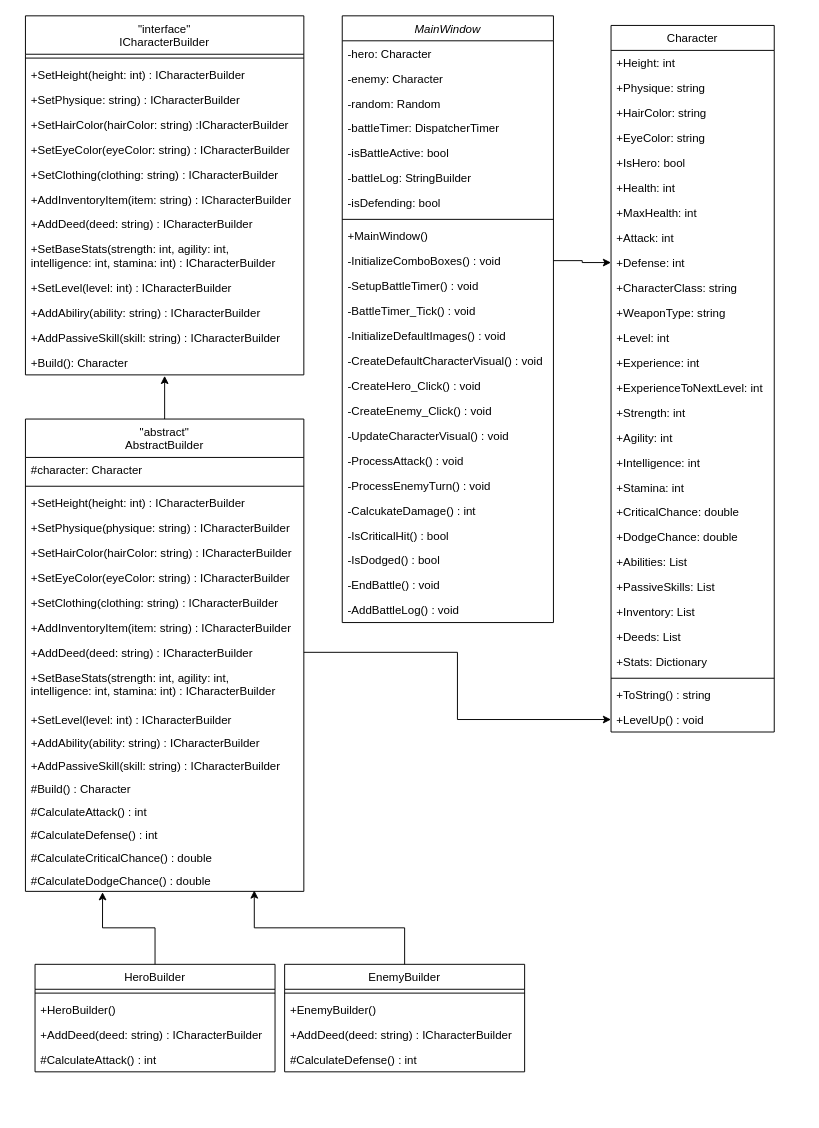
The draw.io diagram lab-2/task-5/Діаграма для 5 завдання.drawio in Viktor-pixel-scet/Software-design-and-development, before the edit. Source tidied: cells renumbered, new cells numbered last; positions are measured from the earlier drawing's top-left corner, leaving out a move shared by most shapes. Both pictures are drawn from the tidied source at 96%, with x=0, y=0 at pixel (25, 15).
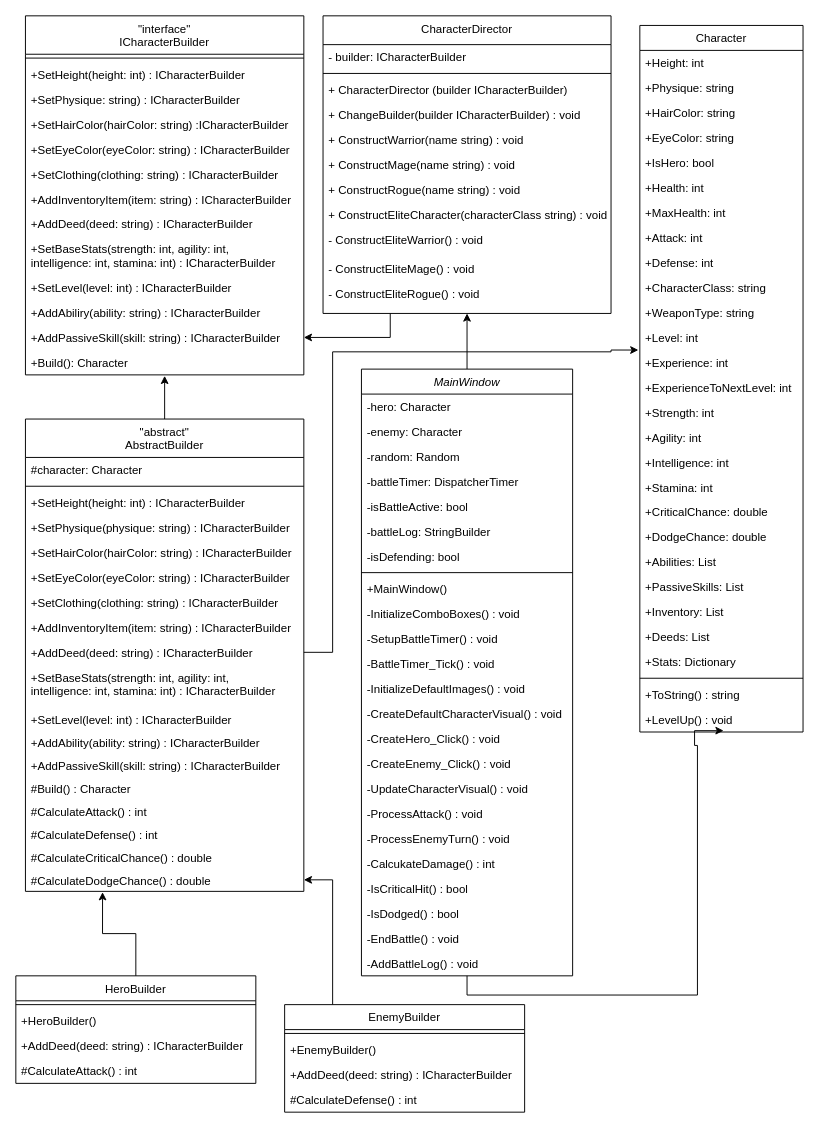
Above is the later version.

Commit message (it also covers changes not shown here):
I divided all the interfaces into items that are now on the shelves! And added a Director class to the Builder

The change refers to these unchanged cells:
```xml
<mxCell id="12" value="-InitializeComboBoxes() : void" style="text;align=left;verticalAlign=top;spacingLeft=4;spacingRight=4;overflow=hidden;points=[[0,0.5],[1,0.5]];portConstraint=eastwest;" parent="2" vertex="1">
  <mxGeometry y="242" width="220" height="26" as="geometry" />
</mxCell>
<mxCell id="44" value="+AddPassiveSkill(skill: string) : ICharacterBuilder" style="text;align=left;verticalAlign=top;spacingLeft=4;spacingRight=4;overflow=hidden;points=[[0,0.5],[1,0.5]];portConstraint=eastwest;" parent="32" vertex="1">
  <mxGeometry y="322" width="290" height="26" as="geometry" />
</mxCell>
<mxCell id="55" value="+Defense: int" style="text;align=left;verticalAlign=top;spacingLeft=4;spacingRight=4;overflow=hidden;points=[[0,0.5],[1,0.5]];portConstraint=eastwest;" parent="46" vertex="1">
  <mxGeometry y="234" width="170" height="26" as="geometry" />
</mxCell>
<mxCell id="59" value="+Experience: int" style="text;align=left;verticalAlign=top;spacingLeft=4;spacingRight=4;overflow=hidden;points=[[0,0.5],[1,0.5]];portConstraint=eastwest;rounded=0;shadow=0;html=0;" parent="46" vertex="1">
  <mxGeometry y="338" width="170" height="26" as="geometry" />
</mxCell>
<mxCell id="74" value="+LevelUp() : void" style="text;align=left;verticalAlign=top;spacingLeft=4;spacingRight=4;overflow=hidden;points=[[0,0.5],[1,0.5]];portConstraint=eastwest;" parent="46" vertex="1">
  <mxGeometry y="710" width="170" height="26" as="geometry" />
</mxCell>
<mxCell id="84" value="+AddDeed(deed: string) : ICharacterBuilder" style="text;align=left;verticalAlign=top;spacingLeft=4;spacingRight=4;overflow=hidden;points=[[0,0.5],[1,0.5]];portConstraint=eastwest;" parent="75" vertex="1">
  <mxGeometry y="230" width="290" height="26" as="geometry" />
</mxCell>
<mxCell id="93" value="#CalculateDodgeChance() : double" style="text;align=left;verticalAlign=top;spacingLeft=4;spacingRight=4;overflow=hidden;points=[[0,0.5],[1,0.5]];portConstraint=eastwest;" parent="75" vertex="1">
  <mxGeometry y="468" width="290" height="24" as="geometry" />
</mxCell>
```

What changed in the source:
```diff
@@
+    <mxCell id="104" style="edgeStyle=orthogonalEdgeStyle;rounded=0;jettySize=auto;html=1;entryX=0.513;entryY=0.946;entryDx=0;entryDy=0;entryPerimeter=0;" parent="1" edge="1" source="2" target="74">
+      <mxGeometry relative="1" as="geometry">
+        <Array as="points">
+          <mxPoint x="460" y="1020" />
+          <mxPoint x="700" y="1020" />
+          <mxPoint x="700" y="760" />
+          <mxPoint x="697" y="760" />
+        </Array>
+      </mxGeometry>
+    </mxCell>
+    <mxCell id="105" style="edgeStyle=orthogonalEdgeStyle;rounded=0;jettySize=auto;html=1;entryX=0.5;entryY=1;entryDx=0;entryDy=0;" parent="1" edge="1" source="2" target="107">
+      <mxGeometry relative="1" as="geometry" />
+    </mxCell>
     <mxCell id="2" value="MainWindow" style="swimlane;fontStyle=2;align=center;verticalAlign=top;horizontal=1;startSize=26;rounded=0;shadow=0;strokeWidth=1;" parent="1" vertex="1">
-      <mxGeometry x="330" width="220" height="632" as="geometry" />
+      <mxGeometry x="350" y="368" width="220" height="632" as="geometry" />
     </mxCell>
@@
     <mxCell id="27" value="HeroBuilder" style="swimlane;fontStyle=0;align=center;verticalAlign=top;horizontal=1;startSize=26;rounded=0;shadow=0;strokeWidth=1;" parent="1" vertex="1">
-      <mxGeometry x="10" y="988" width="250" height="112" as="geometry" />
+      <mxGeometry x="-10" y="1000" width="250" height="112" as="geometry" />
     </mxCell>
@@
     <mxCell id="46" value="Character" style="swimlane;fontStyle=0;align=center;verticalAlign=top;horizontal=1;startSize=26;rounded=0;shadow=0;strokeWidth=1;" parent="1" vertex="1">
-      <mxGeometry x="610" y="10" width="170" height="736" as="geometry" />
+      <mxGeometry x="640" y="10" width="170" height="736" as="geometry" />
     </mxCell>
@@
+    <mxCell id="100" style="edgeStyle=orthogonalEdgeStyle;rounded=0;jettySize=auto;html=1;entryX=1;entryY=0.5;entryDx=0;entryDy=0;" parent="1" edge="1" source="95" target="93">
+      <mxGeometry relative="1" as="geometry">
+        <Array as="points">
+          <mxPoint x="320" y="900" />
+        </Array>
+      </mxGeometry>
+    </mxCell>
     <mxCell id="95" value="EnemyBuilder" style="swimlane;fontStyle=0;align=center;verticalAlign=top;horizontal=1;startSize=26;rounded=0;shadow=0;strokeWidth=1;" parent="1" vertex="1">
-      <mxGeometry x="270" y="988" width="250" height="112" as="geometry" />
+      <mxGeometry x="270" y="1030" width="250" height="112" as="geometry" />
     </mxCell>
@@
-    <mxCell id="100" style="edgeStyle=orthogonalEdgeStyle;rounded=0;jettySize=auto;html=1;entryX=0.822;entryY=0.96;entryDx=0;entryDy=0;entryPerimeter=0;" parent="1" edge="1" source="95" target="93">
-      <mxGeometry relative="1" as="geometry" />
-    </mxCell>
@@
-    <mxCell id="102" style="edgeStyle=orthogonalEdgeStyle;rounded=0;jettySize=auto;html=1;entryX=0;entryY=0.5;entryDx=0;entryDy=0;" parent="1" edge="1" source="84" target="74">
-      <mxGeometry relative="1" as="geometry" />
+    <mxCell id="102" style="edgeStyle=orthogonalEdgeStyle;rounded=0;jettySize=auto;html=1;entryX=-0.009;entryY=0.005;entryDx=0;entryDy=0;entryPerimeter=0;" parent="1" edge="1" source="84" target="59">
+      <mxGeometry relative="1" as="geometry">
+        <Array as="points">
+          <mxPoint x="320" y="663" />
+          <mxPoint x="320" y="350" />
+          <mxPoint x="610" y="350" />
+          <mxPoint x="610" y="348" />
+        </Array>
+      </mxGeometry>
     </mxCell>
-    <mxCell id="103" style="edgeStyle=orthogonalEdgeStyle;rounded=0;jettySize=auto;html=1;entryX=0;entryY=0.5;entryDx=0;entryDy=0;" parent="1" edge="1" source="12" target="55">
-      <mxGeometry relative="1" as="geometry" />
-    </mxCell>
+    <mxCell id="106" style="edgeStyle=orthogonalEdgeStyle;rounded=0;jettySize=auto;html=1;entryX=1;entryY=0.5;entryDx=0;entryDy=0;" parent="1" edge="1" source="107" target="44">
+      <mxGeometry relative="1" as="geometry">
+        <Array as="points">
+          <mxPoint x="380" y="335" />
+        </Array>
+      </mxGeometry>
+    </mxCell>
+    <mxCell id="107" value="CharacterDirector" style="swimlane;fontStyle=0;align=center;verticalAlign=top;horizontal=1;startSize=30;rounded=0;shadow=0;strokeWidth=1;" parent="1" vertex="1">
+      <mxGeometry x="310" width="300" height="310" as="geometry" />
+    </mxCell>
+    <mxCell id="108" value="- builder: ICharacterBuilder" style="text;align=left;verticalAlign=top;spacingLeft=4;spacingRight=4;overflow=hidden;" parent="107" vertex="1">
+      <mxGeometry y="30" width="300" height="26" as="geometry" />
+    </mxCell>
+    <mxCell id="109" style="line;html=1;strokeWidth=1;align=left;verticalAlign=middle;spacingTop=-1;spacingLeft=3;spacingRight=3;labelPosition=right;" parent="107" vertex="1">
+      <mxGeometry y="56" width="300" height="8" as="geometry" />
+    </mxCell>
+    <mxCell id="110" value="+ CharacterDirector (builder ICharacterBuilder)" style="text;align=left;verticalAlign=top;spacingLeft=4;spacingRight=4;overflow=hidden;rounded=0;shadow=0;html=0;" parent="107" vertex="1">
+      <mxGeometry y="64" width="300" height="26" as="geometry" />
+    </mxCell>
+    <mxCell id="111" value="+ ChangeBuilder(builder ICharacterBuilder) : void" style="text;align=left;verticalAlign=top;spacingLeft=4;spacingRight=4;overflow=hidden;rounded=0;shadow=0;html=0;" parent="107" vertex="1">
+      <mxGeometry y="90" width="300" height="26" as="geometry" />
+    </mxCell>
+    <mxCell id="112" value="+ ConstructWarrior(name string) : void" style="text;align=left;verticalAlign=top;spacingLeft=4;spacingRight=4;overflow=hidden;rounded=0;shadow=0;html=0;" parent="107" vertex="1">
+      <mxGeometry y="116" width="300" height="26" as="geometry" />
+    </mxCell>
+    <mxCell id="113" value="+ ConstructMage(name string) : void" style="text;align=left;verticalAlign=top;spacingLeft=4;spacingRight=4;overflow=hidden;rounded=0;shadow=0;html=0;" parent="107" vertex="1">
+      <mxGeometry y="142" width="300" height="26" as="geometry" />
+    </mxCell>
+    <mxCell id="114" value="+ ConstructRogue(name string) : void" style="text;align=left;verticalAlign=top;spacingLeft=4;spacingRight=4;overflow=hidden;" parent="107" vertex="1">
+      <mxGeometry y="168" width="300" height="26" as="geometry" />
+    </mxCell>
+    <mxCell id="115" value="+ ConstructEliteCharacter(characterClass string) : void" style="text;align=left;verticalAlign=top;spacingLeft=4;spacingRight=4;overflow=hidden;" parent="107" vertex="1">
+      <mxGeometry y="194" width="300" height="26" as="geometry" />
+    </mxCell>
+    <mxCell id="116" value="- ConstructEliteWarrior() : void" style="text;align=left;verticalAlign=top;spacingLeft=4;spacingRight=4;overflow=hidden;" parent="107" vertex="1">
+      <mxGeometry y="220" width="300" height="30" as="geometry" />
+    </mxCell>
+    <mxCell id="117" value="- ConstructEliteMage() : void" style="text;align=left;verticalAlign=top;spacingLeft=4;spacingRight=4;overflow=hidden;" parent="107" vertex="1">
+      <mxGeometry y="250" width="300" height="26" as="geometry" />
+    </mxCell>
+    <mxCell id="118" value="- ConstructEliteRogue() : void" style="text;align=left;verticalAlign=top;spacingLeft=4;spacingRight=4;overflow=hidden;" parent="107" vertex="1">
+      <mxGeometry y="276" width="300" height="26" as="geometry" />
+    </mxCell>
```
